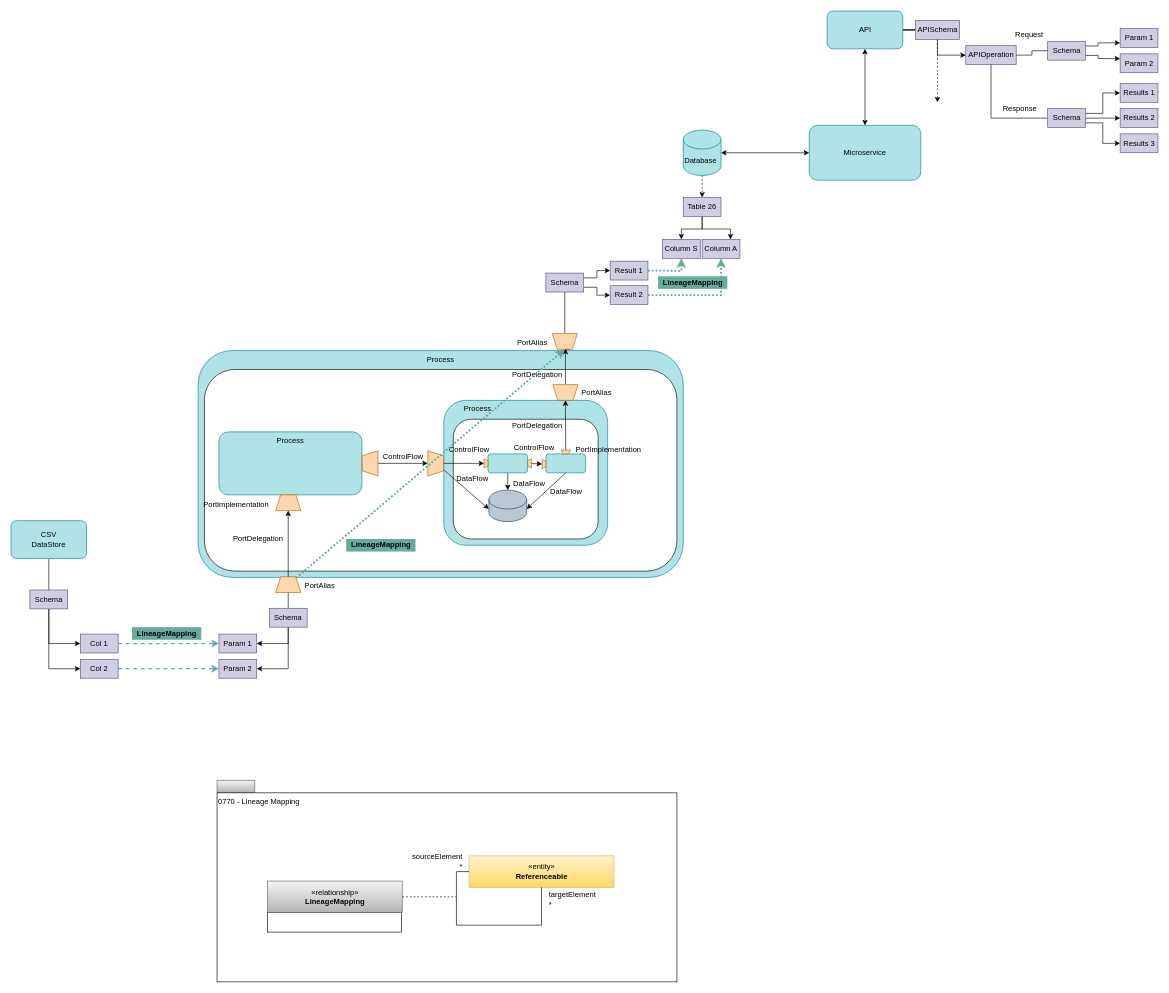
The draw.io diagram page "lineage-mapping" (6 of 8) of site/docs/features/lineage-management/lineage.drawio in odpi/egeria-docs, before the edit. Source tidied: cells renumbered, new cells numbered last; positions are measured from the earlier drawing's top-left corner, leaving out a move shared by most shapes. Both pictures are drawn from the tidied source at 63%, with x=0, y=0 at pixel (11, 11).
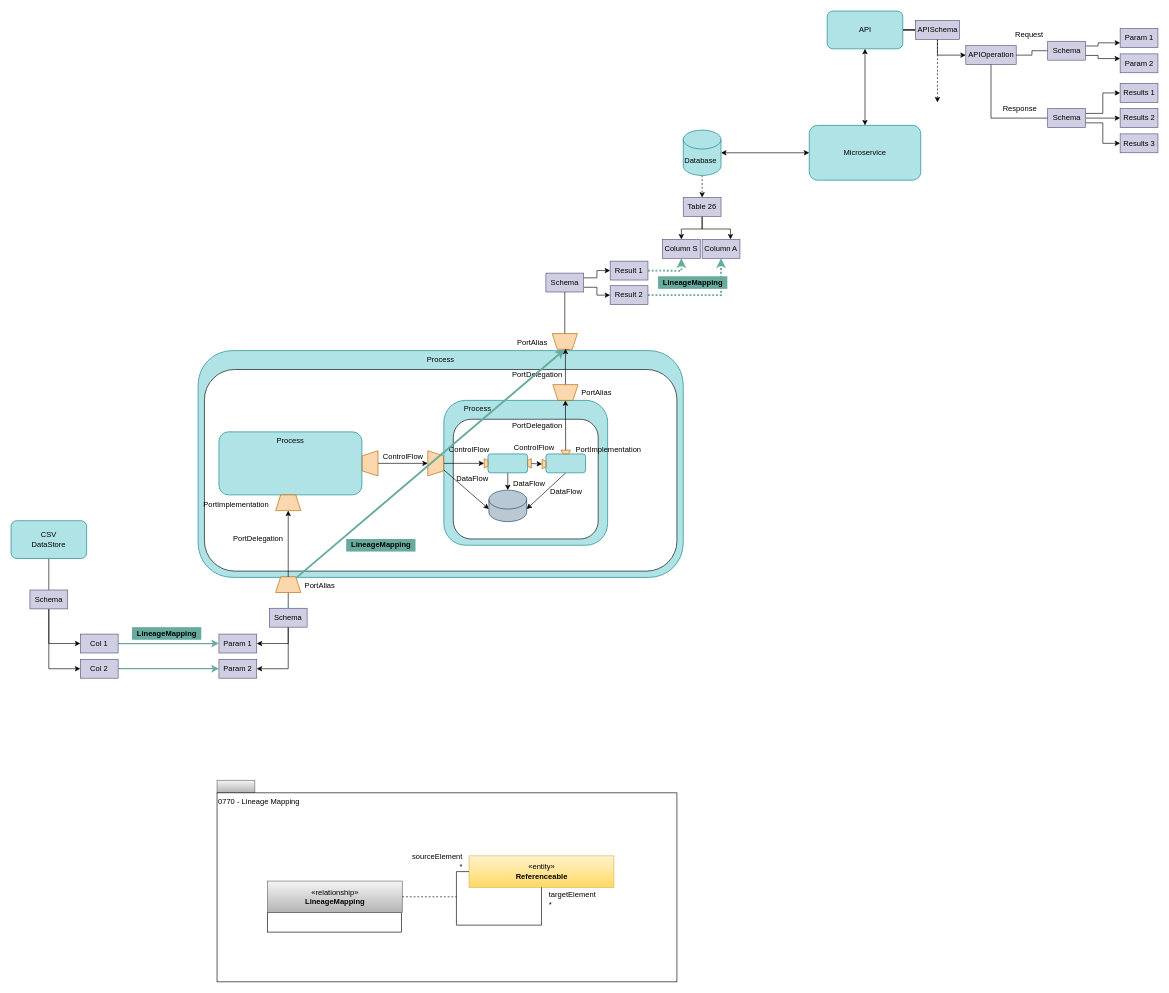
Above is the later version.

The change refers to these unchanged cells:
```xml
<mxCell id="13" style="shape=trapezoid;perimeter=trapezoidPerimeter;whiteSpace=wrap;html=1;rotation=0;fillColor=#fad7ac;strokeColor=#b46504;" parent="1" vertex="1">
  <mxGeometry x="420" y="898" width="40" height="25" as="geometry" />
</mxCell>
<mxCell id="21" style="shape=trapezoid;perimeter=trapezoidPerimeter;whiteSpace=wrap;html=1;rotation=-180;fillColor=#fad7ac;strokeColor=#b46504;" parent="1" vertex="1">
  <mxGeometry x="859" y="512" width="40" height="25" as="geometry" />
</mxCell>
<mxCell id="74" value="Col 1" style="rounded=0;whiteSpace=wrap;html=1;fillColor=#d0cee2;strokeColor=#56517e;" parent="1" vertex="1">
  <mxGeometry x="110" y="989" width="60" height="30" as="geometry" />
</mxCell>
<mxCell id="76" value="Col 2" style="rounded=0;whiteSpace=wrap;html=1;fillColor=#d0cee2;strokeColor=#56517e;" parent="1" vertex="1">
  <mxGeometry x="110" y="1029" width="60" height="30" as="geometry" />
</mxCell>
```

What changed in the source:
```diff
@@
-    <mxCell id="73" style="edgeStyle=orthogonalEdgeStyle;rounded=0;jettySize=auto;html=1;startArrow=none;startFill=0;endArrow=classic;endFill=1;dashed=1;strokeWidth=2;strokeColor=#67AB9F;" parent="1" edge="1" source="74">
+    <mxCell id="73" style="edgeStyle=orthogonalEdgeStyle;rounded=0;jettySize=auto;html=1;startArrow=none;startFill=0;endArrow=classic;endFill=1;strokeWidth=2;strokeColor=#67AB9F;" parent="1" edge="1" source="74">
       <mxGeometry relative="1" as="geometry">
         <mxPoint x="330" y="1004" as="targetPoint" />
       </mxGeometry>
     </mxCell>
@@
-    <mxCell id="75" style="edgeStyle=orthogonalEdgeStyle;rounded=0;jettySize=auto;html=1;exitX=1;exitY=0.5;exitDx=0;exitDy=0;startArrow=none;startFill=0;endArrow=classic;endFill=1;dashed=1;strokeWidth=2;strokeColor=#67AB9F;" parent="1" edge="1" source="76">
+    <mxCell id="75" style="edgeStyle=orthogonalEdgeStyle;rounded=0;jettySize=auto;html=1;exitX=1;exitY=0.5;exitDx=0;exitDy=0;startArrow=none;startFill=0;endArrow=classic;endFill=1;strokeWidth=2;strokeColor=#67AB9F;" parent="1" edge="1" source="76">
       <mxGeometry relative="1" as="geometry">
         <mxPoint x="330" y="1044" as="targetPoint" />
       </mxGeometry>
     </mxCell>
@@
-    <mxCell id="110" style="rounded=0;jettySize=auto;html=1;entryX=0.5;entryY=0;entryDx=0;entryDy=0;dashed=1;strokeWidth=3;strokeColor=#67AB9F;dashPattern=1 1;" parent="1" edge="1" source="13" target="21">
+    <mxCell id="110" style="rounded=0;jettySize=auto;html=1;entryX=0.5;entryY=0;entryDx=0;entryDy=0;strokeWidth=3;strokeColor=#67AB9F;" parent="1" edge="1" source="13" target="21">
       <mxGeometry relative="1" as="geometry" />
     </mxCell>
```
